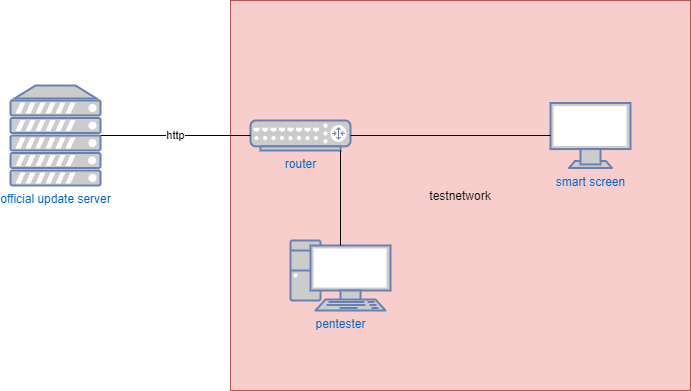
This is assets/images/networksketch/smart-screen.png from fontys-intersect/fontys-intersect-2020, a draw.io export, as it was before one commit. Source tidied: cells renumbered, new cells last; positions are measured from the earlier drawing's top-left corner, leaving out a move shared by most shapes. Its diagram source:
```xml
<mxGraphModel>
  <root>
    <mxCell id="0" />
    <mxCell id="1" parent="0" />
    <mxCell id="2" value="testnetwork" style="rounded=0;whiteSpace=wrap;html=1;fillColor=#f8cecc;strokeColor=#b85450;" parent="1" vertex="1">
      <mxGeometry x="220" width="460" height="390" as="geometry" />
    </mxCell>
    <mxCell id="3" value="smart screen" style="fontColor=#0066CC;verticalAlign=top;verticalLabelPosition=bottom;labelPosition=center;align=center;html=1;outlineConnect=0;fillColor=#CCCCCC;strokeColor=#6881B3;gradientColor=none;gradientDirection=north;strokeWidth=2;shape=mxgraph.networks.monitor;" parent="1" vertex="1">
      <mxGeometry x="540" y="102.5" width="80" height="65" as="geometry" />
    </mxCell>
    <mxCell id="4" value="router" style="fontColor=#0066CC;verticalAlign=top;verticalLabelPosition=bottom;labelPosition=center;align=center;html=1;outlineConnect=0;fillColor=#CCCCCC;strokeColor=#6881B3;gradientColor=none;gradientDirection=north;strokeWidth=2;shape=mxgraph.networks.router;" parent="1" vertex="1">
      <mxGeometry x="240" y="120" width="100" height="30" as="geometry" />
    </mxCell>
    <mxCell id="5" value="official update server" style="fontColor=#0066CC;verticalAlign=top;verticalLabelPosition=bottom;labelPosition=center;align=center;html=1;outlineConnect=0;fillColor=#CCCCCC;strokeColor=#6881B3;gradientColor=none;gradientDirection=north;strokeWidth=2;shape=mxgraph.networks.server;" parent="1" vertex="1">
      <mxGeometry y="85" width="90" height="100" as="geometry" />
    </mxCell>
    <mxCell id="6" value="pentester" style="fontColor=#0066CC;verticalAlign=top;verticalLabelPosition=bottom;labelPosition=center;align=center;html=1;outlineConnect=0;fillColor=#CCCCCC;strokeColor=#6881B3;gradientColor=none;gradientDirection=north;strokeWidth=2;shape=mxgraph.networks.pc;" parent="1" vertex="1">
      <mxGeometry x="280" y="240" width="100" height="70" as="geometry" />
    </mxCell>
    <mxCell id="7" value="http" style="endArrow=none;html=1;exitX=1;exitY=0.5;exitDx=0;exitDy=0;exitPerimeter=0;entryX=0;entryY=0.5;entryDx=0;entryDy=0;entryPerimeter=0;" parent="1" edge="1" source="5" target="4">
      <mxGeometry relative="1" as="geometry" />
    </mxCell>
    <mxCell id="8" style="endArrow=none;html=1;entryX=1;entryY=0.5;entryDx=0;entryDy=0;entryPerimeter=0;exitX=0;exitY=0.5;exitDx=0;exitDy=0;exitPerimeter=0;" parent="1" edge="1" source="3" target="4">
      <mxGeometry relative="1" as="geometry" />
    </mxCell>
    <mxCell id="9" style="endArrow=none;html=1;entryX=0.9;entryY=1;entryDx=0;entryDy=0;entryPerimeter=0;exitX=0.5;exitY=0.07;exitDx=0;exitDy=0;exitPerimeter=0;" parent="1" edge="1" source="6" target="4">
      <mxGeometry relative="1" as="geometry" />
    </mxCell>
  </root>
</mxGraphModel>
```
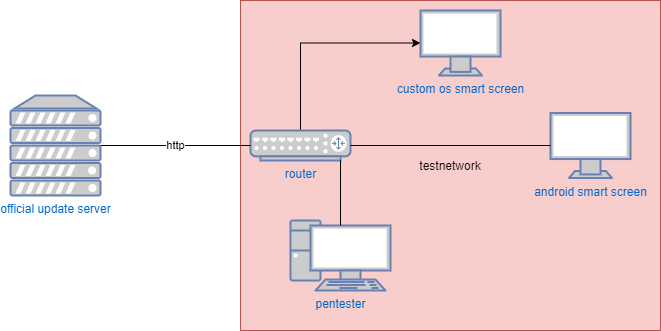
After the commit.

Commit message:
smartscreen case sketch and explanation update

The edit, as a diff of the source:
```diff
@@ -3,11 +3,18 @@
     <mxCell id="0" />
     <mxCell id="1" parent="0" />
     <mxCell id="2" value="testnetwork" style="rounded=0;whiteSpace=wrap;html=1;fillColor=#f8cecc;strokeColor=#b85450;" parent="1" vertex="1">
-      <mxGeometry x="220" width="460" height="390" as="geometry" />
+      <mxGeometry x="230" y="-10" width="420" height="330" as="geometry" />
     </mxCell>
-    <mxCell id="3" value="smart screen" style="fontColor=#0066CC;verticalAlign=top;verticalLabelPosition=bottom;labelPosition=center;align=center;html=1;outlineConnect=0;fillColor=#CCCCCC;strokeColor=#6881B3;gradientColor=none;gradientDirection=north;strokeWidth=2;shape=mxgraph.networks.monitor;" parent="1" vertex="1">
+    <mxCell id="3" value="android smart screen" style="fontColor=#0066CC;verticalAlign=top;verticalLabelPosition=bottom;labelPosition=center;align=center;html=1;outlineConnect=0;fillColor=#CCCCCC;strokeColor=#6881B3;gradientColor=none;gradientDirection=north;strokeWidth=2;shape=mxgraph.networks.monitor;" parent="1" vertex="1">
       <mxGeometry x="540" y="102.5" width="80" height="65" as="geometry" />
     </mxCell>
+    <mxCell id="10" style="edgeStyle=orthogonalEdgeStyle;rounded=0;jettySize=auto;html=1;entryX=0;entryY=0.5;entryDx=0;entryDy=0;entryPerimeter=0;" parent="1" edge="1" source="4" target="11">
+      <mxGeometry relative="1" as="geometry">
+        <Array as="points">
+          <mxPoint x="290" y="33" />
+        </Array>
+      </mxGeometry>
+    </mxCell>
     <mxCell id="4" value="router" style="fontColor=#0066CC;verticalAlign=top;verticalLabelPosition=bottom;labelPosition=center;align=center;html=1;outlineConnect=0;fillColor=#CCCCCC;strokeColor=#6881B3;gradientColor=none;gradientDirection=north;strokeWidth=2;shape=mxgraph.networks.router;" parent="1" vertex="1">
       <mxGeometry x="240" y="120" width="100" height="30" as="geometry" />
     </mxCell>
@@ -15,7 +22,7 @@
       <mxGeometry y="85" width="90" height="100" as="geometry" />
     </mxCell>
     <mxCell id="6" value="pentester" style="fontColor=#0066CC;verticalAlign=top;verticalLabelPosition=bottom;labelPosition=center;align=center;html=1;outlineConnect=0;fillColor=#CCCCCC;strokeColor=#6881B3;gradientColor=none;gradientDirection=north;strokeWidth=2;shape=mxgraph.networks.pc;" parent="1" vertex="1">
-      <mxGeometry x="280" y="240" width="100" height="70" as="geometry" />
+      <mxGeometry x="280" y="210" width="100" height="70" as="geometry" />
     </mxCell>
     <mxCell id="7" value="http" style="endArrow=none;html=1;exitX=1;exitY=0.5;exitDx=0;exitDy=0;exitPerimeter=0;entryX=0;entryY=0.5;entryDx=0;entryDy=0;entryPerimeter=0;" parent="1" edge="1" source="5" target="4">
       <mxGeometry relative="1" as="geometry" />
@@ -26,5 +33,8 @@
     <mxCell id="9" style="endArrow=none;html=1;entryX=0.9;entryY=1;entryDx=0;entryDy=0;entryPerimeter=0;exitX=0.5;exitY=0.07;exitDx=0;exitDy=0;exitPerimeter=0;" parent="1" edge="1" source="6" target="4">
       <mxGeometry relative="1" as="geometry" />
     </mxCell>
+    <mxCell id="11" value="custom os smart screen" style="fontColor=#0066CC;verticalAlign=top;verticalLabelPosition=bottom;labelPosition=center;align=center;html=1;outlineConnect=0;fillColor=#CCCCCC;strokeColor=#6881B3;gradientColor=none;gradientDirection=north;strokeWidth=2;shape=mxgraph.networks.monitor;" parent="1" vertex="1">
+      <mxGeometry x="410" width="80" height="65" as="geometry" />
+    </mxCell>
   </root>
 </mxGraphModel>
```
